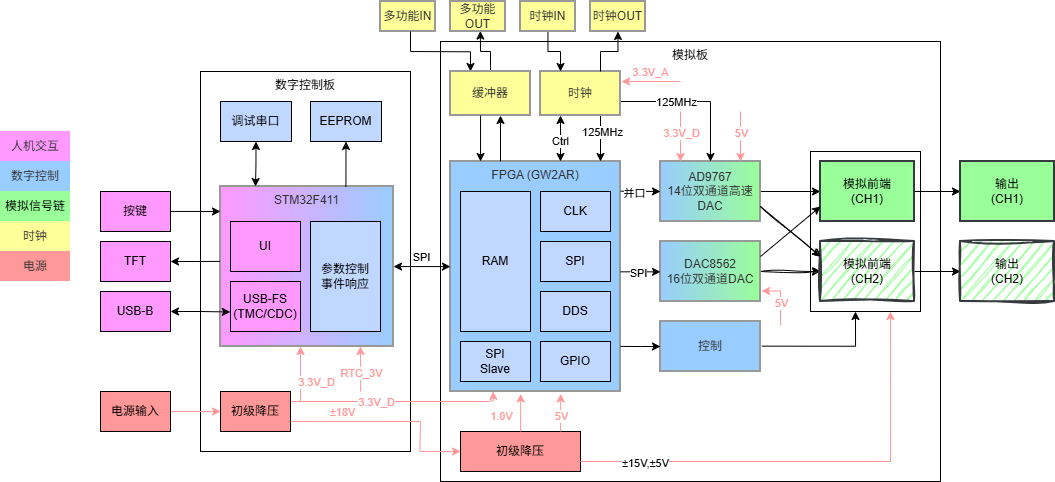
The draw.io diagram docs/pic/总览.drawio.png in EERNINUO/ArbWave30, before a commit. Source tidied: cells renumbered, new cells last; positions are measured from the earlier drawing's top-left corner, leaving out a move shared by most shapes.
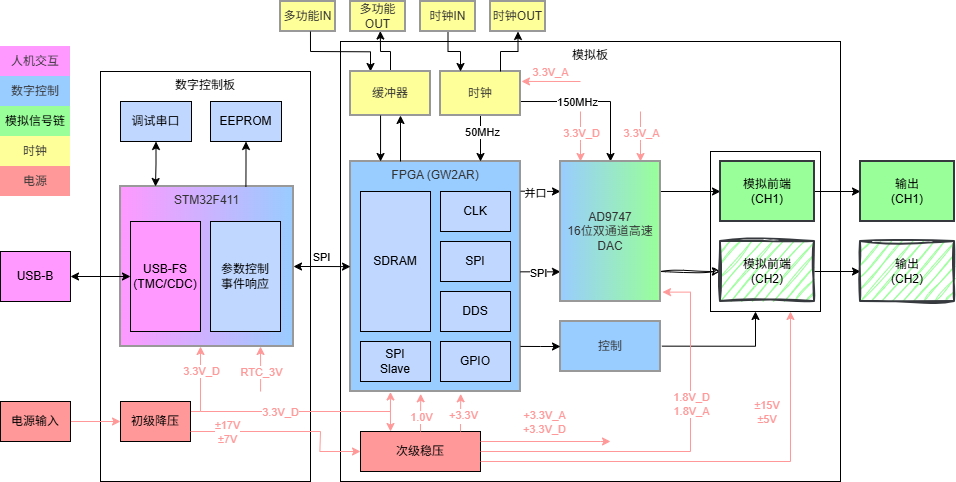
After the commit.

Commit message:
docs：更新部分过时数据/图表

What changed in the source:
```diff
@@ -8,3 +8,3 @@
     <mxCell id="3" value="数字控制板" style="rounded=0;whiteSpace=wrap;html=1;fillColor=none;verticalAlign=top;" parent="1" vertex="1">
-      <mxGeometry x="200" y="70" width="210" height="380" as="geometry" />
+      <mxGeometry x="200" y="70" width="210" height="410" as="geometry" />
     </mxCell>
@@ -14,22 +14,21 @@
     <mxCell id="5" value="人机交互" style="whiteSpace=wrap;strokeWidth=2;fillColor=light-dark(#FF99FF,#1F2020);strokeColor=none;fontColor=light-dark(#333333,#cccccc);rotation=0;" parent="1" vertex="1">
-      <mxGeometry y="130" width="70" height="30" as="geometry" />
+      <mxGeometry x="100" y="45" width="70" height="30" as="geometry" />
     </mxCell>
     <mxCell id="6" value="数字控制" style="whiteSpace=wrap;strokeWidth=2;fillColor=light-dark(#99ccff, #1f2020);strokeColor=none;fontColor=light-dark(#333333,#cccccc);rotation=0;" parent="1" vertex="1">
-      <mxGeometry y="160" width="70" height="30" as="geometry" />
+      <mxGeometry x="100" y="75" width="70" height="30" as="geometry" />
     </mxCell>
     <mxCell id="7" value="模拟信号链" style="whiteSpace=wrap;strokeWidth=2;fillColor=#99FF99;strokeColor=none;rotation=0;" parent="1" vertex="1">
-      <mxGeometry y="190" width="70" height="30" as="geometry" />
+      <mxGeometry x="100" y="105" width="70" height="30" as="geometry" />
     </mxCell>
     <mxCell id="8" value="时钟" style="whiteSpace=wrap;strokeWidth=2;fillColor=light-dark(#FFFF99,#1F2020);strokeColor=none;fontColor=light-dark(#333333,#cccccc);rotation=0;" parent="1" vertex="1">
-      <mxGeometry y="220" width="70" height="30" as="geometry" />
+      <mxGeometry x="100" y="135" width="70" height="30" as="geometry" />
     </mxCell>
     <mxCell id="9" value="电源" style="whiteSpace=wrap;strokeWidth=2;fillColor=light-dark(#FF9999,#1F2020);strokeColor=none;fontColor=light-dark(#333333,#cccccc);rotation=0;" parent="1" vertex="1">
-      <mxGeometry y="250" width="70" height="30" as="geometry" />
+      <mxGeometry x="100" y="165" width="70" height="30" as="geometry" />
     </mxCell>
-    <mxCell id="10" style="edgeStyle=orthogonalEdgeStyle;rounded=0;jettySize=auto;html=1;" parent="1" edge="1" source="11" target="26">
-      <mxGeometry relative="1" as="geometry" />
+    <mxCell id="10" style="edgeStyle=orthogonalEdgeStyle;rounded=0;jettySize=auto;html=1;" parent="1" edge="1" target="26">
+      <mxGeometry relative="1" as="geometry">
+        <mxPoint x="760" y="190" as="sourcePoint" />
+      </mxGeometry>
     </mxCell>
-    <mxCell id="11" value="AD9767&#10;14位双通道高速DAC" style="whiteSpace=wrap;strokeWidth=2;fillColor=light-dark(#99CCFF,#1F2020);strokeColor=light-dark(#999999,#cccccc);fontColor=light-dark(#333333,#cccccc);rotation=0;gradientColor=light-dark(#99FF99,#EDEDED);gradientDirection=east;" parent="1" vertex="1">
-      <mxGeometry x="660" y="160" width="100" height="60" as="geometry" />
-    </mxCell>
     <mxCell id="12" value="FPGA (GW2AR)" style="whiteSpace=wrap;strokeWidth=2;fillColor=light-dark(#99CCFF,#1F2020);strokeColor=light-dark(#999999,#cccccc);fontColor=light-dark(#333333,#cccccc);rotation=0;verticalAlign=top;align=center;" parent="1" vertex="1">
@@ -49,3 +48,3 @@
     </mxCell>
-    <mxCell id="17" value="RAM" style="rounded=0;whiteSpace=wrap;html=1;fillColor=light-dark(#C0D7FF,#EDEDED);" parent="1" vertex="1">
+    <mxCell id="17" value="SDRAM" style="rounded=0;whiteSpace=wrap;html=1;fillColor=light-dark(#C0D7FF,#EDEDED);" parent="1" vertex="1">
       <mxGeometry x="460" y="190" width="70" height="140" as="geometry" />
@@ -55,10 +54,11 @@
     </mxCell>
-    <mxCell id="19" style="edgeStyle=orthogonalEdgeStyle;rounded=0;jettySize=auto;html=1;sketch=1;curveFitting=1;jiggle=2;" parent="1" edge="1" source="20" target="28">
-      <mxGeometry relative="1" as="geometry" />
+    <mxCell id="19" style="edgeStyle=orthogonalEdgeStyle;rounded=0;jettySize=auto;html=1;sketch=1;curveFitting=1;jiggle=2;" parent="1" edge="1" target="28">
+      <mxGeometry relative="1" as="geometry">
+        <mxPoint x="760" y="270" as="sourcePoint" />
+      </mxGeometry>
     </mxCell>
-    <mxCell id="20" value="DAC8562&#10;16位双通道DAC" style="whiteSpace=wrap;strokeWidth=2;fillColor=light-dark(#99CCFF,#1F2020);strokeColor=light-dark(#999999,#cccccc);fontColor=light-dark(#333333,#cccccc);rotation=0;gradientColor=light-dark(#99FF99,#EDEDED);gradientDirection=east;" parent="1" vertex="1">
-      <mxGeometry x="660" y="240" width="100" height="60" as="geometry" />
-    </mxCell>
-    <mxCell id="21" style="endArrow=classic;html=1;rounded=0;entryX=0;entryY=0.5;entryDx=0;entryDy=0;exitX=1.001;exitY=0.129;exitDx=0;exitDy=0;exitPerimeter=0;" parent="1" edge="1" source="12" target="11">
-      <mxGeometry relative="1" as="geometry" />
+    <mxCell id="21" style="endArrow=classic;html=1;rounded=0;entryX=0;entryY=0.5;entryDx=0;entryDy=0;exitX=1.001;exitY=0.129;exitDx=0;exitDy=0;exitPerimeter=0;" parent="1" edge="1" source="12">
+      <mxGeometry relative="1" as="geometry">
+        <mxPoint x="660" y="190" as="targetPoint" />
+      </mxGeometry>
     </mxCell>
@@ -88,8 +88,2 @@
     </mxCell>
-    <mxCell id="29" style="endArrow=classic;html=1;rounded=0;entryX=0;entryY=0.75;entryDx=0;entryDy=0;exitX=1;exitY=0.25;exitDx=0;exitDy=0;" parent="1" edge="1" source="20" target="26">
-      <mxGeometry relative="1" as="geometry" />
-    </mxCell>
-    <mxCell id="30" style="endArrow=classic;html=1;rounded=0;exitX=1;exitY=0.75;exitDx=0;exitDy=0;entryX=0;entryY=0.25;entryDx=0;entryDy=0;sketch=1;curveFitting=1;jiggle=2;" parent="1" edge="1" source="11" target="28">
-      <mxGeometry relative="1" as="geometry" />
-    </mxCell>
     <mxCell id="31" style="edgeStyle=orthogonalEdgeStyle;rounded=0;jettySize=auto;html=1;exitX=1.014;exitY=0.493;exitDx=0;exitDy=0;exitPerimeter=0;" parent="1" edge="1" source="32">
@@ -117,13 +111,15 @@
       <mxGeometry relative="1" as="geometry">
-        <mxPoint x="600" y="114" as="sourcePoint" />
-        <mxPoint x="600" y="160" as="targetPoint" />
+        <mxPoint x="580" y="114" as="sourcePoint" />
+        <mxPoint x="580" y="160" as="targetPoint" />
       </mxGeometry>
     </mxCell>
-    <mxCell id="37" value="125MHz" style="edgeLabel;html=1;align=center;verticalAlign=middle;" parent="36" vertex="1">
+    <mxCell id="37" value="50MHz" style="edgeLabel;html=1;align=center;verticalAlign=middle;" parent="36" vertex="1">
       <mxGeometry x="-0.29" y="1" relative="1" as="geometry" />
     </mxCell>
-    <mxCell id="38" style="edgeStyle=orthogonalEdgeStyle;rounded=0;jettySize=auto;html=1;exitX=1;exitY=0.682;exitDx=0;exitDy=0;entryX=0.5;entryY=0;entryDx=0;entryDy=0;exitPerimeter=0;" parent="1" edge="1" source="40" target="11">
-      <mxGeometry relative="1" as="geometry" />
+    <mxCell id="38" style="edgeStyle=orthogonalEdgeStyle;rounded=0;jettySize=auto;html=1;exitX=1;exitY=0.682;exitDx=0;exitDy=0;entryX=0.5;entryY=0;entryDx=0;entryDy=0;exitPerimeter=0;" parent="1" edge="1" source="40">
+      <mxGeometry relative="1" as="geometry">
+        <mxPoint x="710" y="160" as="targetPoint" />
+      </mxGeometry>
     </mxCell>
-    <mxCell id="39" value="125MHz" style="edgeLabel;html=1;align=center;verticalAlign=middle;" parent="38" vertex="1">
+    <mxCell id="39" value="150MHz" style="edgeLabel;html=1;align=center;verticalAlign=middle;" parent="38" vertex="1">
       <mxGeometry x="-0.26" relative="1" as="geometry" />
@@ -159,37 +155,8 @@
     </mxCell>
-    <mxCell id="49" style="edgeStyle=orthogonalEdgeStyle;rounded=0;jettySize=auto;html=1;entryX=0;entryY=0.156;entryDx=0;entryDy=0;entryPerimeter=0;" parent="1" edge="1" source="50" target="47">
-      <mxGeometry relative="1" as="geometry" />
-    </mxCell>
-    <mxCell id="50" value="按键" style="rounded=0;whiteSpace=wrap;html=1;fillColor=light-dark(#ff99ff, #EDEDED);" parent="1" vertex="1">
-      <mxGeometry x="100" y="190" width="70" height="40" as="geometry" />
-    </mxCell>
-    <mxCell id="51" style="edgeStyle=orthogonalEdgeStyle;rounded=0;jettySize=auto;html=1;startArrow=classic;startFill=1;endArrow=none;endFill=0;entryX=-0.004;entryY=0.468;entryDx=0;entryDy=0;entryPerimeter=0;" parent="1" edge="1" source="52" target="47">
-      <mxGeometry relative="1" as="geometry" />
-    </mxCell>
-    <mxCell id="52" value="TFT" style="rounded=0;whiteSpace=wrap;html=1;fillColor=light-dark(#ff99ff, #EDEDED);" parent="1" vertex="1">
-      <mxGeometry x="100" y="240" width="70" height="40" as="geometry" />
-    </mxCell>
-    <mxCell id="53" value="UI" style="rounded=0;whiteSpace=wrap;html=1;fillColor=light-dark(#ff99ff, #EDEDED);" parent="1" vertex="1">
-      <mxGeometry x="230" y="220" width="70" height="50" as="geometry" />
-    </mxCell>
-    <mxCell id="54" style="edgeStyle=orthogonalEdgeStyle;rounded=0;jettySize=auto;html=1;startArrow=classic;startFill=1;entryX=-0.003;entryY=0.61;entryDx=0;entryDy=0;entryPerimeter=0;" parent="1" edge="1" source="55" target="56">
-      <mxGeometry relative="1" as="geometry" />
-    </mxCell>
     <mxCell id="55" value="USB-B" style="rounded=0;whiteSpace=wrap;html=1;fillColor=light-dark(#ff99ff, #EDEDED);" parent="1" vertex="1">
-      <mxGeometry x="100" y="290" width="70" height="40" as="geometry" />
+      <mxGeometry x="100" y="250" width="70" height="50" as="geometry" />
     </mxCell>
     <mxCell id="56" value="USB-FS&lt;div&gt;(TMC/CDC)&lt;/div&gt;" style="rounded=0;whiteSpace=wrap;html=1;fillColor=light-dark(#ff99ff, #EDEDED);" parent="1" vertex="1">
-      <mxGeometry x="230" y="280" width="70" height="50" as="geometry" />
+      <mxGeometry x="230" y="220" width="70" height="110" as="geometry" />
     </mxCell>
-    <mxCell id="57" style="edgeStyle=orthogonalEdgeStyle;rounded=0;orthogonalLoop=1;jettySize=auto;html=1;startArrow=classic;startFill=1;" parent="1" edge="1">
-      <mxGeometry relative="1" as="geometry">
-        <mxPoint x="560" y="160" as="sourcePoint" />
-        <mxPoint x="560" y="114" as="targetPoint" />
-      </mxGeometry>
-    </mxCell>
-    <mxCell id="58" value="Ctrl" style="edgeLabel;html=1;align=center;verticalAlign=middle;" parent="57" vertex="1">
-      <mxGeometry x="-0.29" y="1" relative="1" as="geometry">
-        <mxPoint y="-4" as="offset" />
-      </mxGeometry>
-    </mxCell>
     <mxCell id="59" style="edgeStyle=orthogonalEdgeStyle;rounded=0;jettySize=auto;html=1;startArrow=classic;startFill=1;endArrow=none;endFill=0;entryX=0.725;entryY=0.002;entryDx=0;entryDy=0;entryPerimeter=0;" parent="1" edge="1" source="60" target="47">
@@ -204,3 +171,3 @@
     <mxCell id="62" value="电源输入" style="rounded=0;whiteSpace=wrap;html=1;fillColor=light-dark(#ff9999, #EDEDED);" parent="1" vertex="1">
-      <mxGeometry x="100" y="390" width="70" height="40" as="geometry" />
+      <mxGeometry x="100" y="400" width="70" height="40" as="geometry" />
     </mxCell>
@@ -210,3 +177,3 @@
         <Array as="points">
-          <mxPoint x="300" y="400" />
+          <mxPoint x="300" y="410" />
         </Array>
@@ -216,3 +183,3 @@
       <mxGeometry x="-0.14" relative="1" as="geometry">
-        <mxPoint x="15" y="-1" as="offset" />
+        <mxPoint y="-18" as="offset" />
       </mxGeometry>
@@ -220,8 +187,8 @@
     <mxCell id="65" value="初级降压" style="rounded=0;whiteSpace=wrap;html=1;fillColor=light-dark(#ff9999, #EDEDED);" parent="1" vertex="1">
-      <mxGeometry x="220" y="390" width="70" height="40" as="geometry" />
+      <mxGeometry x="220" y="400" width="70" height="40" as="geometry" />
     </mxCell>
-    <mxCell id="66" value="初级降压" style="rounded=0;whiteSpace=wrap;html=1;fillColor=light-dark(#ff9999, #EDEDED);" parent="1" vertex="1">
+    <mxCell id="66" value="次级稳压" style="rounded=0;whiteSpace=wrap;html=1;fillColor=light-dark(#ff9999, #EDEDED);" parent="1" vertex="1">
       <mxGeometry x="460" y="430" width="120" height="40" as="geometry" />
     </mxCell>
-    <mxCell id="67" style="endArrow=classic;html=1;rounded=0;exitX=0.429;exitY=0.921;exitDx=0;exitDy=0;exitPerimeter=0;strokeColor=light-dark(#ff9999, #ededed);" parent="1" edge="1" source="3">
+    <mxCell id="67" style="endArrow=classic;html=1;rounded=0;exitX=1;exitY=0.75;exitDx=0;exitDy=0;strokeColor=light-dark(#ff9999, #ededed);" parent="1" edge="1" source="65">
       <mxGeometry relative="1" as="geometry">
@@ -229,3 +196,3 @@
         <Array as="points">
-          <mxPoint x="420" y="420" />
+          <mxPoint x="420" y="430" />
           <mxPoint x="419.4" y="450" />
@@ -234,5 +201,5 @@
     </mxCell>
-    <mxCell id="68" value="±18V" style="edgeLabel;html=1;align=center;verticalAlign=middle;fontColor=light-dark(#ff9999, #ededed);" parent="67" vertex="1">
+    <mxCell id="68" value="±17V&lt;br&gt;±7V" style="edgeLabel;html=1;align=center;verticalAlign=middle;fontColor=light-dark(#ff9999, #ededed);" parent="67" vertex="1">
       <mxGeometry x="-0.44" y="-1" relative="1" as="geometry">
-        <mxPoint x="-4" y="-11" as="offset" />
+        <mxPoint x="-16" y="-1" as="offset" />
       </mxGeometry>
@@ -246,5 +213,3 @@
     <mxCell id="70" value="1.0V" style="edgeLabel;html=1;align=center;verticalAlign=middle;fontColor=light-dark(#ff9999, #ededed);" parent="69" vertex="1">
-      <mxGeometry x="-0.17" relative="1" as="geometry">
-        <mxPoint x="-20" as="offset" />
-      </mxGeometry>
+      <mxGeometry x="-0.17" relative="1" as="geometry" />
     </mxCell>
@@ -257,4 +222,6 @@
     </mxCell>
-    <mxCell id="72" value="±15V,±5V" style="edgeLabel;html=1;align=center;verticalAlign=middle;" parent="71" vertex="1">
-      <mxGeometry x="-0.72" y="-1" relative="1" as="geometry" />
+    <mxCell id="72" value="±15V&lt;div&gt;±5V&lt;/div&gt;" style="edgeLabel;html=1;align=center;verticalAlign=middle;whiteSpace=wrap;labelBorderColor=none;labelBackgroundColor=default;fontColor=#FF9999;" parent="71" vertex="1">
+      <mxGeometry x="-0.72" y="-1" relative="1" as="geometry">
+        <mxPoint x="223" y="-51" as="offset" />
+      </mxGeometry>
     </mxCell>
@@ -279,13 +246,5 @@
     </mxCell>
-    <mxCell id="77" style="edgeStyle=orthogonalEdgeStyle;rounded=0;jettySize=auto;html=1;exitX=0.551;exitY=-0.018;exitDx=0;exitDy=0;exitPerimeter=0;strokeColor=light-dark(#ff9999, #ededed);entryX=1.011;entryY=0.825;entryDx=0;entryDy=0;entryPerimeter=0;" parent="1" edge="1" target="20">
-      <mxGeometry relative="1" as="geometry">
-        <mxPoint x="780" y="323.8" as="sourcePoint" />
-        <Array as="points">
-          <mxPoint x="780" y="289" />
-        </Array>
-      </mxGeometry>
-    </mxCell>
-    <mxCell id="78" value="5&lt;span style=&quot;background-color: light-dark(#ffffff, var(--ge-dark-color, #121212)); color: light-dark(rgb(255, 153, 153), rgb(237, 237, 237));&quot;&gt;V&lt;/span&gt;" style="edgeLabel;html=1;align=center;verticalAlign=middle;fontColor=light-dark(#ff9999, #ededed);" parent="77" vertex="1">
-      <mxGeometry x="-0.17" relative="1" as="geometry" />
-    </mxCell>
+    <mxCell id="96" value="+3.3V" style="edgeLabel;html=1;align=center;verticalAlign=middle;fontColor=light-dark(#ff9999, #ededed);" parent="75" vertex="1">
+      <mxGeometry x="-0.15" y="-2" relative="1" as="geometry" />
+    </mxCell>
     <mxCell id="79" style="edgeStyle=orthogonalEdgeStyle;rounded=0;orthogonalLoop=1;jettySize=auto;html=1;entryX=0.287;entryY=1.007;entryDx=0;entryDy=0;entryPerimeter=0;strokeColor=light-dark(#ff9999, #ededed);" parent="1" edge="1">
@@ -300,3 +259,3 @@
     </mxCell>
-    <mxCell id="80" value="5&lt;span style=&quot;background-color: light-dark(#ffffff, var(--ge-dark-color, #121212)); color: light-dark(rgb(255, 153, 153), rgb(237, 237, 237));&quot;&gt;V&lt;/span&gt;" style="edgeLabel;html=1;align=center;verticalAlign=middle;fontColor=light-dark(#ff9999, #ededed);" parent="79" vertex="1">
+    <mxCell id="80" value="&lt;span style=&quot;background-color: light-dark(#ffffff, var(--ge-dark-color, #121212)); color: light-dark(rgb(255, 153, 153), rgb(237, 237, 237));&quot;&gt;3.3V_A&lt;/span&gt;" style="edgeLabel;html=1;align=center;verticalAlign=middle;fontColor=light-dark(#ff9999, #ededed);" parent="79" vertex="1">
       <mxGeometry x="-0.17" relative="1" as="geometry" />
@@ -325,7 +284,7 @@
     </mxCell>
-    <mxCell id="85" style="endArrow=classic;html=1;rounded=1;entryX=0.25;entryY=1;entryDx=0;entryDy=0;curved=0;strokeColor=light-dark(#ff9999, #ededed);" parent="1" edge="1" target="12">
+    <mxCell id="85" style="endArrow=classic;html=1;rounded=0;entryX=0.235;entryY=1.002;entryDx=0;entryDy=0;curved=0;strokeColor=light-dark(#ff9999, #ededed);entryPerimeter=0;" parent="1" edge="1" target="12">
       <mxGeometry relative="1" as="geometry">
-        <mxPoint x="300" y="400" as="sourcePoint" />
+        <mxPoint x="300" y="410" as="sourcePoint" />
         <Array as="points">
-          <mxPoint x="493" y="400" />
+          <mxPoint x="490" y="410" />
         </Array>
@@ -334,3 +293,5 @@
     <mxCell id="86" value="3.3V_D" style="edgeLabel;html=1;align=center;verticalAlign=middle;fontColor=light-dark(#ff9999, #ededed);" parent="85" vertex="1">
-      <mxGeometry x="-0.26" relative="1" as="geometry" />
+      <mxGeometry x="-0.26" relative="1" as="geometry">
+        <mxPoint x="2" as="offset" />
+      </mxGeometry>
     </mxCell>
@@ -381,2 +342,45 @@
     </mxCell>
+    <mxCell id="97" value="AD9747&#10;16位双通道高速DAC" style="whiteSpace=wrap;strokeWidth=2;fillColor=light-dark(#99CCFF,#1F2020);strokeColor=light-dark(#999999,#cccccc);fontColor=light-dark(#333333,#cccccc);rotation=0;gradientColor=light-dark(#99FF99,#EDEDED);gradientDirection=east;" parent="1" vertex="1">
+      <mxGeometry x="660" y="160" width="100" height="140" as="geometry" />
+    </mxCell>
+    <mxCell id="98" style="edgeStyle=orthogonalEdgeStyle;rounded=0;jettySize=auto;html=1;entryX=1.02;entryY=0.933;entryDx=0;entryDy=0;entryPerimeter=0;strokeColor=light-dark(#ff9999, #ededed);" parent="1" edge="1" target="97">
+      <mxGeometry relative="1" as="geometry">
+        <mxPoint x="580" y="450" as="sourcePoint" />
+        <Array as="points">
+          <mxPoint x="580" y="450" />
+          <mxPoint x="790" y="450" />
+          <mxPoint x="790" y="291" />
+        </Array>
+      </mxGeometry>
+    </mxCell>
+    <mxCell id="99" value="&lt;br&gt;&lt;div&gt;&lt;br&gt;&lt;/div&gt;" style="edgeLabel;html=1;align=center;verticalAlign=middle;fontColor=light-dark(#ff9999, #ededed);" parent="98" vertex="1">
+      <mxGeometry x="-0.15" y="-2" relative="1" as="geometry">
+        <mxPoint x="-45" y="-2" as="offset" />
+      </mxGeometry>
+    </mxCell>
+    <mxCell id="100" value="1.8V_D&lt;div&gt;1.8V_A&lt;/div&gt;" style="edgeLabel;html=1;align=center;verticalAlign=middle;labelBackgroundColor=default;textShadow=0;fontColor=light-dark(#ff9999, #ededed);" parent="98" vertex="1">
+      <mxGeometry x="0.29" y="-1" relative="1" as="geometry">
+        <mxPoint x="-1" as="offset" />
+      </mxGeometry>
+    </mxCell>
+    <mxCell id="54" style="endArrow=classic;startArrow=classic;html=1;rounded=0;entryX=0;entryY=0.5;entryDx=0;entryDy=0;exitX=1;exitY=0.5;exitDx=0;exitDy=0;" parent="1" edge="1" source="55" target="56">
+      <mxGeometry relative="1" as="geometry" />
+    </mxCell>
+    <mxCell id="101" style="edgeStyle=orthogonalEdgeStyle;rounded=0;jettySize=auto;html=1;exitX=0.499;exitY=0;exitDx=0;exitDy=0;exitPerimeter=0;strokeColor=light-dark(#ff9999, #ededed);entryX=0.25;entryY=0;entryDx=0;entryDy=0;" parent="1" edge="1" target="66">
+      <mxGeometry relative="1" as="geometry">
+        <mxPoint x="490" y="400" as="sourcePoint" />
+      </mxGeometry>
+    </mxCell>
+    <mxCell id="102" style="endArrow=classic;html=1;rounded=0;exitX=1;exitY=0.25;exitDx=0;exitDy=0;strokeColor=light-dark(#ff9999, #ededed);entryX=0.54;entryY=0.909;entryDx=0;entryDy=0;entryPerimeter=0;" parent="1" edge="1" source="66" target="2">
+      <mxGeometry relative="1" as="geometry">
+        <Array as="points">
+          <mxPoint x="700" y="440" />
+        </Array>
+      </mxGeometry>
+    </mxCell>
+    <mxCell id="103" value="&lt;font style=&quot;color: rgb(255, 153, 153);&quot;&gt;+3.3V_A&lt;/font&gt;&lt;div&gt;&lt;font style=&quot;color: rgb(255, 153, 153);&quot;&gt;+3.3V_D&lt;/font&gt;&lt;/div&gt;" style="edgeLabel;html=1;align=center;verticalAlign=middle;" parent="102" vertex="1">
+      <mxGeometry x="-0.04" y="3" relative="1" as="geometry">
+        <mxPoint x="1" y="-17" as="offset" />
+      </mxGeometry>
+    </mxCell>
   </root>
```
